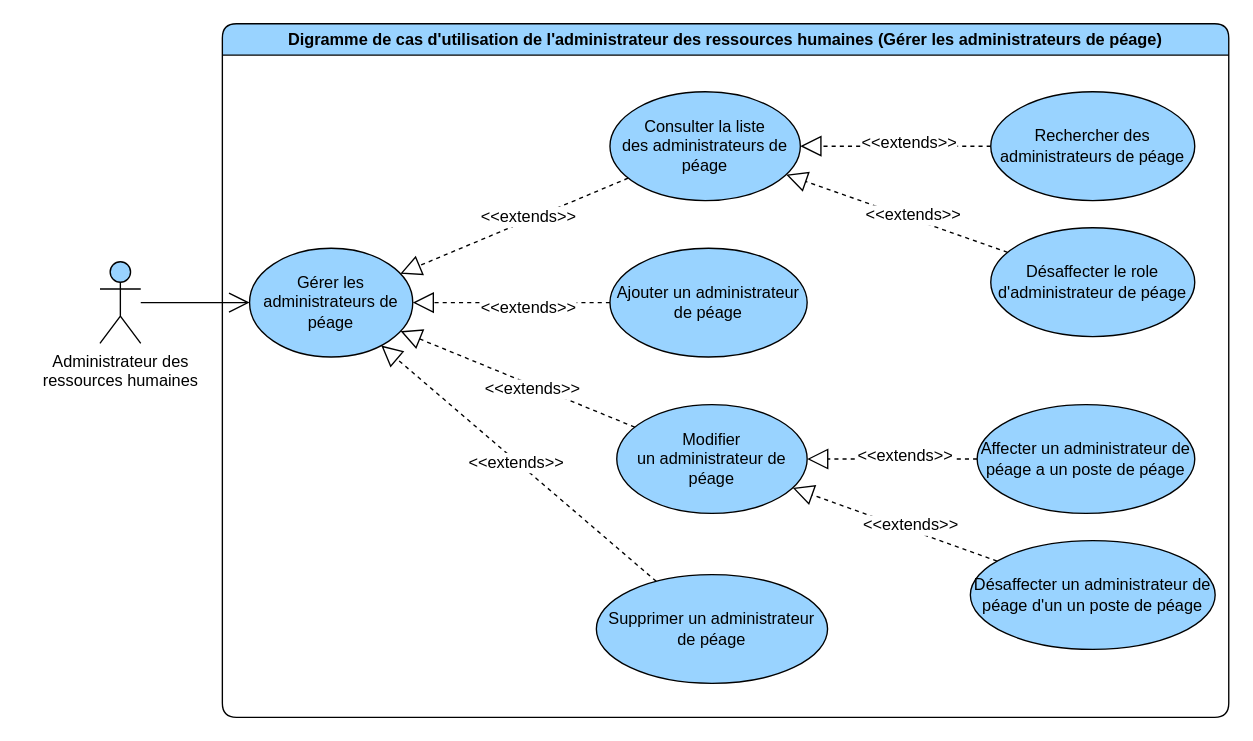
Before: page "Gerer les administrateurs de peage" (3 of 5) of diagrams/use-case/administrateur-des-ressources-humaines.drawio in devlotfi/peage-pay, a draw.io diagram. Source tidied: cells renumbered, new cells numbered last; positions are measured from the earlier drawing's top-left corner, leaving out a move shared by most shapes. Both pictures are drawn from the tidied source at 136%, with x=0, y=0 at pixel (99, 23).
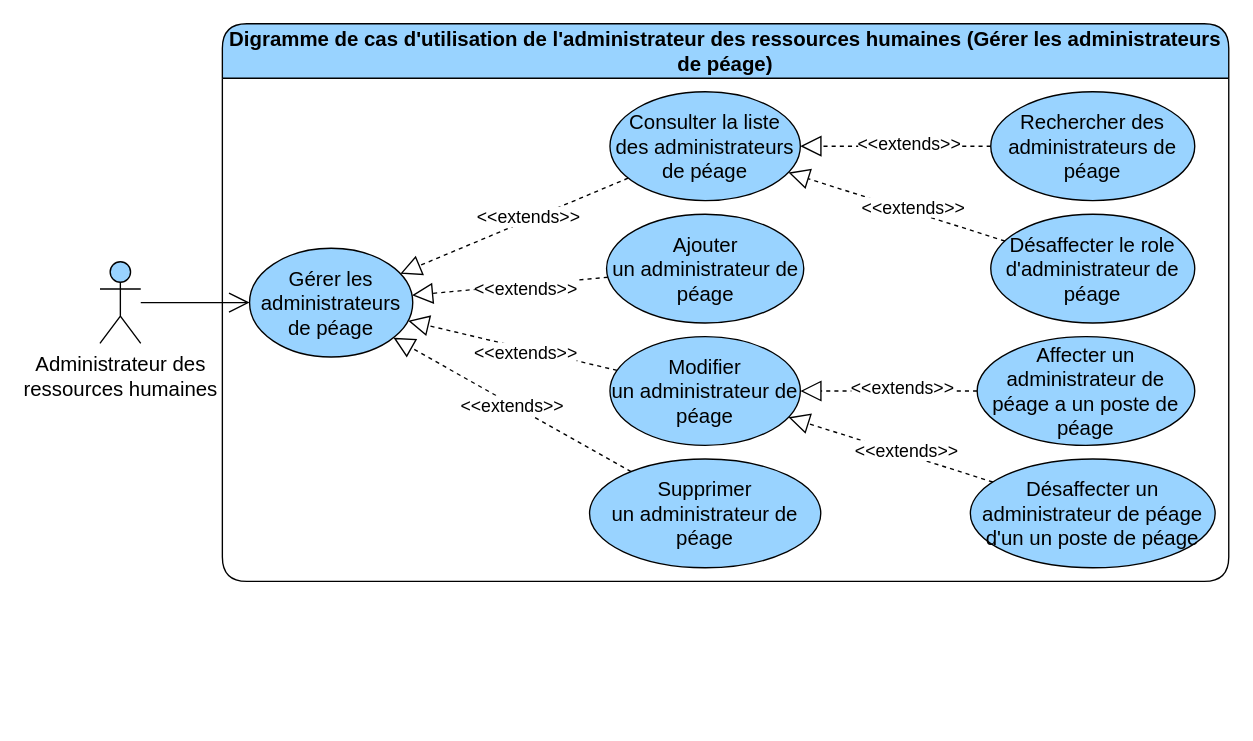
The same diagram, later.

What changed in the source:
```diff
@@
-    <mxCell id="2" value="Digramme de cas d'utilisation de l'administrateur des ressources humaines (Gérer les administrateurs de péage)" style="swimlane;whiteSpace=wrap;html=1;rounded=1;fillColor=#99D3FF;" parent="1" vertex="1">
-      <mxGeometry x="90" width="740" height="510" as="geometry" />
+    <mxCell id="2" value="Digramme de cas d'utilisation de l'administrateur des ressources humaines (Gérer les administrateurs de péage)" style="swimlane;whiteSpace=wrap;html=1;rounded=1;fillColor=#99D3FF;fontSize=15;startSize=40;" parent="1" vertex="1">
+      <mxGeometry x="90" width="740" height="410" as="geometry" />
     </mxCell>
-    <mxCell id="3" value="Gérer les administrateurs de péage" style="ellipse;whiteSpace=wrap;html=1;strokeColor=default;align=center;verticalAlign=middle;fontFamily=Helvetica;fontSize=12;fontColor=default;fillColor=#99D3FF;" parent="2" vertex="1">
+    <mxCell id="3" value="Gérer les administrateurs de péage" style="ellipse;whiteSpace=wrap;html=1;strokeColor=default;align=center;verticalAlign=middle;fontFamily=Helvetica;fontSize=15;fontColor=default;fillColor=#99D3FF;" parent="2" vertex="1">
       <mxGeometry x="20" y="165" width="120" height="80" as="geometry" />
     </mxCell>
-    <mxCell id="4" style="edgeStyle=none;rounded=0;jettySize=auto;html=1;dashed=1;strokeColor=default;align=center;verticalAlign=middle;fontFamily=Helvetica;fontSize=12;fontColor=default;labelBackgroundColor=default;startSize=6;endArrow=block;endFill=0;endSize=13;" parent="2" edge="1" source="6" target="3">
+    <mxCell id="4" style="edgeStyle=none;rounded=0;jettySize=auto;html=1;dashed=1;strokeColor=default;align=center;verticalAlign=middle;fontFamily=Helvetica;fontSize=15;fontColor=default;labelBackgroundColor=default;startSize=6;endArrow=block;endFill=0;endSize=13;" parent="2" edge="1" source="6" target="3">
       <mxGeometry relative="1" as="geometry" />
     </mxCell>
-    <mxCell id="5" value="&amp;lt;&amp;lt;extends&amp;gt;&amp;gt;" style="edgeLabel;html=1;align=center;verticalAlign=middle;strokeColor=default;fontFamily=Helvetica;fontSize=12;fontColor=default;labelBackgroundColor=default;fillColor=#99D3FF;" parent="4" vertex="1">
+    <mxCell id="5" value="&amp;lt;&amp;lt;extends&amp;gt;&amp;gt;" style="edgeLabel;html=1;align=center;verticalAlign=middle;strokeColor=default;fontFamily=Helvetica;fontSize=13;fontColor=default;labelBackgroundColor=default;fillColor=#99D3FF;" parent="4" vertex="1">
       <mxGeometry x="-0.16" y="3" relative="1" as="geometry" />
     </mxCell>
-    <mxCell id="6" value="Ajouter un&amp;nbsp;administrateur de péage" style="ellipse;whiteSpace=wrap;html=1;strokeColor=default;align=center;verticalAlign=middle;fontFamily=Helvetica;fontSize=12;fontColor=default;fillColor=#99D3FF;" parent="2" vertex="1">
-      <mxGeometry x="285" y="165" width="145" height="80" as="geometry" />
+    <mxCell id="6" value="Ajouter un&amp;nbsp;administrateur de péage" style="ellipse;whiteSpace=wrap;html=1;strokeColor=default;align=center;verticalAlign=middle;fontFamily=Helvetica;fontSize=15;fontColor=default;fillColor=#99D3FF;" parent="2" vertex="1">
+      <mxGeometry x="282.5" y="140" width="145" height="80" as="geometry" />
     </mxCell>
-    <mxCell id="7" style="edgeStyle=none;rounded=0;jettySize=auto;html=1;dashed=1;strokeColor=default;align=center;verticalAlign=middle;fontFamily=Helvetica;fontSize=12;fontColor=default;labelBackgroundColor=default;startSize=6;endArrow=block;endFill=0;endSize=13;" parent="2" edge="1" source="9" target="3">
+    <mxCell id="7" style="edgeStyle=none;rounded=0;jettySize=auto;html=1;dashed=1;strokeColor=default;align=center;verticalAlign=middle;fontFamily=Helvetica;fontSize=15;fontColor=default;labelBackgroundColor=default;startSize=6;endArrow=block;endFill=0;endSize=13;" parent="2" edge="1" source="9" target="3">
       <mxGeometry relative="1" as="geometry" />
     </mxCell>
-    <mxCell id="8" value="&amp;lt;&amp;lt;extends&amp;gt;&amp;gt;" style="edgeLabel;html=1;align=center;verticalAlign=middle;strokeColor=default;fontFamily=Helvetica;fontSize=12;fontColor=default;labelBackgroundColor=default;fillColor=#99D3FF;" parent="7" vertex="1">
+    <mxCell id="8" value="&amp;lt;&amp;lt;extends&amp;gt;&amp;gt;" style="edgeLabel;html=1;align=center;verticalAlign=middle;strokeColor=default;fontFamily=Helvetica;fontSize=13;fontColor=default;labelBackgroundColor=default;fillColor=#99D3FF;" parent="7" vertex="1">
       <mxGeometry x="-0.13" y="3" relative="1" as="geometry" />
     </mxCell>
-    <mxCell id="9" value="Modifier un&amp;nbsp;administrateur de péage" style="ellipse;whiteSpace=wrap;html=1;strokeColor=default;align=center;verticalAlign=middle;fontFamily=Helvetica;fontSize=12;fontColor=default;fillColor=#99D3FF;" parent="2" vertex="1">
-      <mxGeometry x="290" y="280" width="140" height="80" as="geometry" />
+    <mxCell id="9" value="Modifier un&amp;nbsp;administrateur de péage" style="ellipse;whiteSpace=wrap;html=1;strokeColor=default;align=center;verticalAlign=middle;fontFamily=Helvetica;fontSize=15;fontColor=default;fillColor=#99D3FF;" parent="2" vertex="1">
+      <mxGeometry x="285" y="230" width="140" height="80" as="geometry" />
     </mxCell>
-    <mxCell id="10" style="edgeStyle=none;rounded=0;jettySize=auto;html=1;dashed=1;strokeColor=default;align=center;verticalAlign=middle;fontFamily=Helvetica;fontSize=12;fontColor=default;labelBackgroundColor=default;startSize=6;endArrow=block;endFill=0;endSize=13;" parent="2" edge="1" source="12" target="3">
+    <mxCell id="10" style="edgeStyle=none;rounded=0;jettySize=auto;html=1;dashed=1;strokeColor=default;align=center;verticalAlign=middle;fontFamily=Helvetica;fontSize=15;fontColor=default;labelBackgroundColor=default;startSize=6;endArrow=block;endFill=0;endSize=13;" parent="2" edge="1" source="12" target="3">
       <mxGeometry relative="1" as="geometry" />
     </mxCell>
-    <mxCell id="11" value="&amp;lt;&amp;lt;extends&amp;gt;&amp;gt;" style="edgeLabel;html=1;align=center;verticalAlign=middle;strokeColor=default;fontFamily=Helvetica;fontSize=12;fontColor=default;labelBackgroundColor=default;fillColor=#99D3FF;" parent="10" vertex="1">
+    <mxCell id="11" value="&amp;lt;&amp;lt;extends&amp;gt;&amp;gt;" style="edgeLabel;html=1;align=center;verticalAlign=middle;strokeColor=default;fontFamily=Helvetica;fontSize=13;fontColor=default;labelBackgroundColor=default;fillColor=#99D3FF;" parent="10" vertex="1">
       <mxGeometry x="0.01" y="1" relative="1" as="geometry" />
     </mxCell>
-    <mxCell id="12" value="Supprimer un&amp;nbsp;administrateur de péage" style="ellipse;whiteSpace=wrap;html=1;strokeColor=default;align=center;verticalAlign=middle;fontFamily=Helvetica;fontSize=12;fontColor=default;fillColor=#99D3FF;" parent="2" vertex="1">
-      <mxGeometry x="275" y="405" width="170" height="80" as="geometry" />
+    <mxCell id="12" value="Supprimer un&amp;nbsp;administrateur de péage" style="ellipse;whiteSpace=wrap;html=1;strokeColor=default;align=center;verticalAlign=middle;fontFamily=Helvetica;fontSize=15;fontColor=default;fillColor=#99D3FF;" parent="2" vertex="1">
+      <mxGeometry x="270" y="320" width="170" height="80" as="geometry" />
     </mxCell>
-    <mxCell id="13" style="edgeStyle=none;rounded=0;jettySize=auto;html=1;dashed=1;strokeColor=default;align=center;verticalAlign=middle;fontFamily=Helvetica;fontSize=12;fontColor=default;labelBackgroundColor=default;startSize=6;endArrow=block;endFill=0;endSize=13;" parent="2" edge="1" source="15" target="3">
+    <mxCell id="13" style="edgeStyle=none;rounded=0;jettySize=auto;html=1;dashed=1;strokeColor=default;align=center;verticalAlign=middle;fontFamily=Helvetica;fontSize=15;fontColor=default;labelBackgroundColor=default;startSize=6;endArrow=block;endFill=0;endSize=13;" parent="2" edge="1" source="15" target="3">
       <mxGeometry relative="1" as="geometry" />
     </mxCell>
-    <mxCell id="14" value="&amp;lt;&amp;lt;extends&amp;gt;&amp;gt;" style="edgeLabel;html=1;align=center;verticalAlign=middle;strokeColor=default;fontFamily=Helvetica;fontSize=12;fontColor=default;labelBackgroundColor=default;fillColor=#99D3FF;" parent="13" vertex="1">
+    <mxCell id="14" value="&amp;lt;&amp;lt;extends&amp;gt;&amp;gt;" style="edgeLabel;html=1;align=center;verticalAlign=middle;strokeColor=default;fontFamily=Helvetica;fontSize=13;fontColor=default;labelBackgroundColor=default;fillColor=#99D3FF;" parent="13" vertex="1">
       <mxGeometry x="-0.12" y="-3" relative="1" as="geometry">
         <mxPoint x="1" as="offset" />
       </mxGeometry>
     </mxCell>
-    <mxCell id="15" value="Consulter la liste des&amp;nbsp;administrateurs de péage" style="ellipse;whiteSpace=wrap;html=1;strokeColor=default;align=center;verticalAlign=middle;fontFamily=Helvetica;fontSize=12;fontColor=default;fillColor=#99D3FF;" parent="2" vertex="1">
+    <mxCell id="15" value="Consulter la liste des&amp;nbsp;administrateurs de péage" style="ellipse;whiteSpace=wrap;html=1;strokeColor=default;align=center;verticalAlign=middle;fontFamily=Helvetica;fontSize=15;fontColor=default;fillColor=#99D3FF;" parent="2" vertex="1">
       <mxGeometry x="285" y="50" width="140" height="80" as="geometry" />
     </mxCell>
-    <mxCell id="16" value="Rechercher des administrateurs de péage" style="ellipse;whiteSpace=wrap;html=1;strokeColor=default;align=center;verticalAlign=middle;fontFamily=Helvetica;fontSize=12;fontColor=default;fillColor=#99D3FF;" parent="2" vertex="1">
+    <mxCell id="16" value="Rechercher des administrateurs de péage" style="ellipse;whiteSpace=wrap;html=1;strokeColor=default;align=center;verticalAlign=middle;fontFamily=Helvetica;fontSize=15;fontColor=default;fillColor=#99D3FF;" parent="2" vertex="1">
       <mxGeometry x="565" y="50" width="150" height="80" as="geometry" />
     </mxCell>
-    <mxCell id="17" style="edgeStyle=none;rounded=0;jettySize=auto;html=1;dashed=1;strokeColor=default;align=center;verticalAlign=middle;fontFamily=Helvetica;fontSize=12;fontColor=default;labelBackgroundColor=default;startSize=6;endArrow=block;endFill=0;endSize=13;" parent="2" edge="1" source="16" target="15">
+    <mxCell id="17" style="edgeStyle=none;rounded=0;jettySize=auto;html=1;dashed=1;strokeColor=default;align=center;verticalAlign=middle;fontFamily=Helvetica;fontSize=15;fontColor=default;labelBackgroundColor=default;startSize=6;endArrow=block;endFill=0;endSize=13;" parent="2" edge="1" source="16" target="15">
       <mxGeometry relative="1" as="geometry" />
     </mxCell>
-    <mxCell id="18" value="&amp;lt;&amp;lt;extends&amp;gt;&amp;gt;" style="edgeLabel;html=1;align=center;verticalAlign=middle;strokeColor=default;fontFamily=Helvetica;fontSize=12;fontColor=default;labelBackgroundColor=default;fillColor=#99D3FF;" parent="17" vertex="1">
+    <mxCell id="18" value="&amp;lt;&amp;lt;extends&amp;gt;&amp;gt;" style="edgeLabel;html=1;align=center;verticalAlign=middle;strokeColor=default;fontFamily=Helvetica;fontSize=13;fontColor=default;labelBackgroundColor=default;fillColor=#99D3FF;" parent="17" vertex="1">
       <mxGeometry x="-0.12" y="-3" relative="1" as="geometry">
         <mxPoint x="1" as="offset" />
       </mxGeometry>
     </mxCell>
-    <mxCell id="19" value="Affecter un administrateur de péage a un poste de péage" style="ellipse;whiteSpace=wrap;html=1;strokeColor=default;align=center;verticalAlign=middle;fontFamily=Helvetica;fontSize=12;fontColor=default;fillColor=#99D3FF;" parent="2" vertex="1">
-      <mxGeometry x="555" y="280" width="160" height="80" as="geometry" />
+    <mxCell id="19" value="Affecter un administrateur de péage a un poste de péage" style="ellipse;whiteSpace=wrap;html=1;strokeColor=default;align=center;verticalAlign=middle;fontFamily=Helvetica;fontSize=15;fontColor=default;fillColor=#99D3FF;" parent="2" vertex="1">
+      <mxGeometry x="555" y="230" width="160" height="80" as="geometry" />
     </mxCell>
-    <mxCell id="20" style="edgeStyle=none;rounded=0;jettySize=auto;html=1;dashed=1;strokeColor=default;align=center;verticalAlign=middle;fontFamily=Helvetica;fontSize=12;fontColor=default;labelBackgroundColor=default;startSize=6;endArrow=block;endFill=0;endSize=13;" parent="2" edge="1" source="19" target="9">
+    <mxCell id="20" style="edgeStyle=none;rounded=0;jettySize=auto;html=1;dashed=1;strokeColor=default;align=center;verticalAlign=middle;fontFamily=Helvetica;fontSize=15;fontColor=default;labelBackgroundColor=default;startSize=6;endArrow=block;endFill=0;endSize=13;" parent="2" edge="1" source="19" target="9">
       <mxGeometry relative="1" as="geometry" />
     </mxCell>
-    <mxCell id="21" value="&amp;lt;&amp;lt;extends&amp;gt;&amp;gt;" style="edgeLabel;html=1;align=center;verticalAlign=middle;strokeColor=default;fontFamily=Helvetica;fontSize=12;fontColor=default;labelBackgroundColor=default;fillColor=#99D3FF;" parent="20" vertex="1">
+    <mxCell id="21" value="&amp;lt;&amp;lt;extends&amp;gt;&amp;gt;" style="edgeLabel;html=1;align=center;verticalAlign=middle;strokeColor=default;fontFamily=Helvetica;fontSize=13;fontColor=default;labelBackgroundColor=default;fillColor=#99D3FF;" parent="20" vertex="1">
       <mxGeometry x="-0.12" y="-3" relative="1" as="geometry">
         <mxPoint x="1" as="offset" />
       </mxGeometry>
     </mxCell>
-    <mxCell id="22" value="Désaffecter un administrateur de péage d'un un poste de péage" style="ellipse;whiteSpace=wrap;html=1;strokeColor=default;align=center;verticalAlign=middle;fontFamily=Helvetica;fontSize=12;fontColor=default;fillColor=#99D3FF;" parent="2" vertex="1">
-      <mxGeometry x="550" y="380" width="180" height="80" as="geometry" />
+    <mxCell id="22" value="Désaffecter un administrateur de péage d'un un poste de péage" style="ellipse;whiteSpace=wrap;html=1;strokeColor=default;align=center;verticalAlign=middle;fontFamily=Helvetica;fontSize=15;fontColor=default;fillColor=#99D3FF;" parent="2" vertex="1">
+      <mxGeometry x="550" y="320" width="180" height="80" as="geometry" />
     </mxCell>
-    <mxCell id="23" style="edgeStyle=none;rounded=0;jettySize=auto;html=1;dashed=1;strokeColor=default;align=center;verticalAlign=middle;fontFamily=Helvetica;fontSize=12;fontColor=default;labelBackgroundColor=default;startSize=6;endArrow=block;endFill=0;endSize=13;" parent="2" edge="1" source="22" target="9">
+    <mxCell id="23" style="edgeStyle=none;rounded=0;jettySize=auto;html=1;dashed=1;strokeColor=default;align=center;verticalAlign=middle;fontFamily=Helvetica;fontSize=15;fontColor=default;labelBackgroundColor=default;startSize=6;endArrow=block;endFill=0;endSize=13;" parent="2" edge="1" source="22" target="9">
       <mxGeometry relative="1" as="geometry" />
     </mxCell>
-    <mxCell id="24" value="&amp;lt;&amp;lt;extends&amp;gt;&amp;gt;" style="edgeLabel;html=1;align=center;verticalAlign=middle;strokeColor=default;fontFamily=Helvetica;fontSize=12;fontColor=default;labelBackgroundColor=default;fillColor=#99D3FF;" parent="23" vertex="1">
+    <mxCell id="24" value="&amp;lt;&amp;lt;extends&amp;gt;&amp;gt;" style="edgeLabel;html=1;align=center;verticalAlign=middle;strokeColor=default;fontFamily=Helvetica;fontSize=13;fontColor=default;labelBackgroundColor=default;fillColor=#99D3FF;" parent="23" vertex="1">
       <mxGeometry x="-0.12" y="-3" relative="1" as="geometry">
         <mxPoint x="1" as="offset" />
       </mxGeometry>
     </mxCell>
-    <mxCell id="25" value="Désaffecter le role d'administrateur de péage" style="ellipse;whiteSpace=wrap;html=1;strokeColor=default;align=center;verticalAlign=middle;fontFamily=Helvetica;fontSize=12;fontColor=default;fillColor=#99D3FF;" parent="2" vertex="1">
-      <mxGeometry x="565" y="150" width="150" height="80" as="geometry" />
+    <mxCell id="25" value="Désaffecter le role d'administrateur de péage" style="ellipse;whiteSpace=wrap;html=1;strokeColor=default;align=center;verticalAlign=middle;fontFamily=Helvetica;fontSize=15;fontColor=default;fillColor=#99D3FF;" parent="2" vertex="1">
+      <mxGeometry x="565" y="140" width="150" height="80" as="geometry" />
     </mxCell>
-    <mxCell id="26" style="edgeStyle=none;rounded=0;jettySize=auto;html=1;dashed=1;strokeColor=default;align=center;verticalAlign=middle;fontFamily=Helvetica;fontSize=12;fontColor=default;labelBackgroundColor=default;startSize=6;endArrow=block;endFill=0;endSize=13;" parent="2" edge="1" source="25" target="15">
+    <mxCell id="26" style="edgeStyle=none;rounded=0;jettySize=auto;html=1;dashed=1;strokeColor=default;align=center;verticalAlign=middle;fontFamily=Helvetica;fontSize=15;fontColor=default;labelBackgroundColor=default;startSize=6;endArrow=block;endFill=0;endSize=13;" parent="2" edge="1" source="25" target="15">
       <mxGeometry relative="1" as="geometry" />
     </mxCell>
-    <mxCell id="27" value="&amp;lt;&amp;lt;extends&amp;gt;&amp;gt;" style="edgeLabel;html=1;align=center;verticalAlign=middle;strokeColor=default;fontFamily=Helvetica;fontSize=12;fontColor=default;labelBackgroundColor=default;fillColor=#99D3FF;" parent="26" vertex="1">
+    <mxCell id="27" value="&amp;lt;&amp;lt;extends&amp;gt;&amp;gt;" style="edgeLabel;html=1;align=center;verticalAlign=middle;strokeColor=default;fontFamily=Helvetica;fontSize=13;fontColor=default;labelBackgroundColor=default;fillColor=#99D3FF;" parent="26" vertex="1">
       <mxGeometry x="-0.12" y="-3" relative="1" as="geometry">
         <mxPoint x="1" as="offset" />
       </mxGeometry>
     </mxCell>
-    <mxCell id="28" style="rounded=0;jettySize=auto;html=1;fontFamily=Helvetica;fontSize=12;fontColor=default;endArrow=open;endFill=0;startSize=6;endSize=13;" parent="1" edge="1" source="29" target="3">
+    <mxCell id="28" style="rounded=0;jettySize=auto;html=1;fontFamily=Helvetica;fontSize=15;fontColor=default;endArrow=open;endFill=0;startSize=6;endSize=13;" parent="1" edge="1" source="29" target="3">
       <mxGeometry relative="1" as="geometry" />
     </mxCell>
-    <mxCell id="29" value="Administrateur&amp;nbsp;des&lt;br style=&quot;border-color: var(--border-color);&quot;&gt;ressources humaines" style="shape=umlActor;verticalLabelPosition=bottom;verticalAlign=top;html=1;outlineConnect=0;strokeColor=default;align=center;fontFamily=Helvetica;fontSize=12;fontColor=default;fillColor=#99D3FF;" parent="1" vertex="1">
+    <mxCell id="29" value="Administrateur&amp;nbsp;des&lt;br style=&quot;border-color: var(--border-color); font-size: 15px;&quot;&gt;ressources humaines" style="shape=umlActor;verticalLabelPosition=bottom;verticalAlign=top;html=1;outlineConnect=0;strokeColor=default;align=center;fontFamily=Helvetica;fontSize=15;fontColor=default;fillColor=#99D3FF;" parent="1" vertex="1">
       <mxGeometry y="175" width="30" height="60" as="geometry" />
     </mxCell>
```
